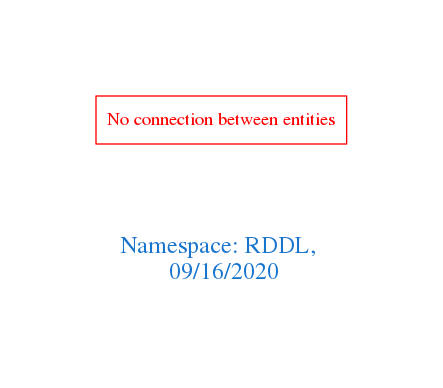
Earlier version of the Graphviz export downloads/RDDL.png (arago/OGIT). Its source is kept beside it as downloads/RDDL.dot.
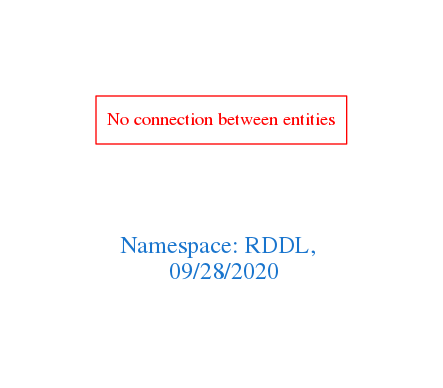
After the change.

Diff of the diagram source:
```diff
@@ -1,7 +1,7 @@
 digraph OGIT_ontology {
  graph [ rankdir= LR,pad=1
 fontsize = 18,
-fontcolor= dodgerblue3,label = "\n\n\nNamespace: RDDL, \n 09/16/2020"];
+fontcolor= dodgerblue3,label = "\n\n\nNamespace: RDDL, \n 09/28/2020"];
 node[shape=polygon];
 edge [  color="gray81"];
 
```
